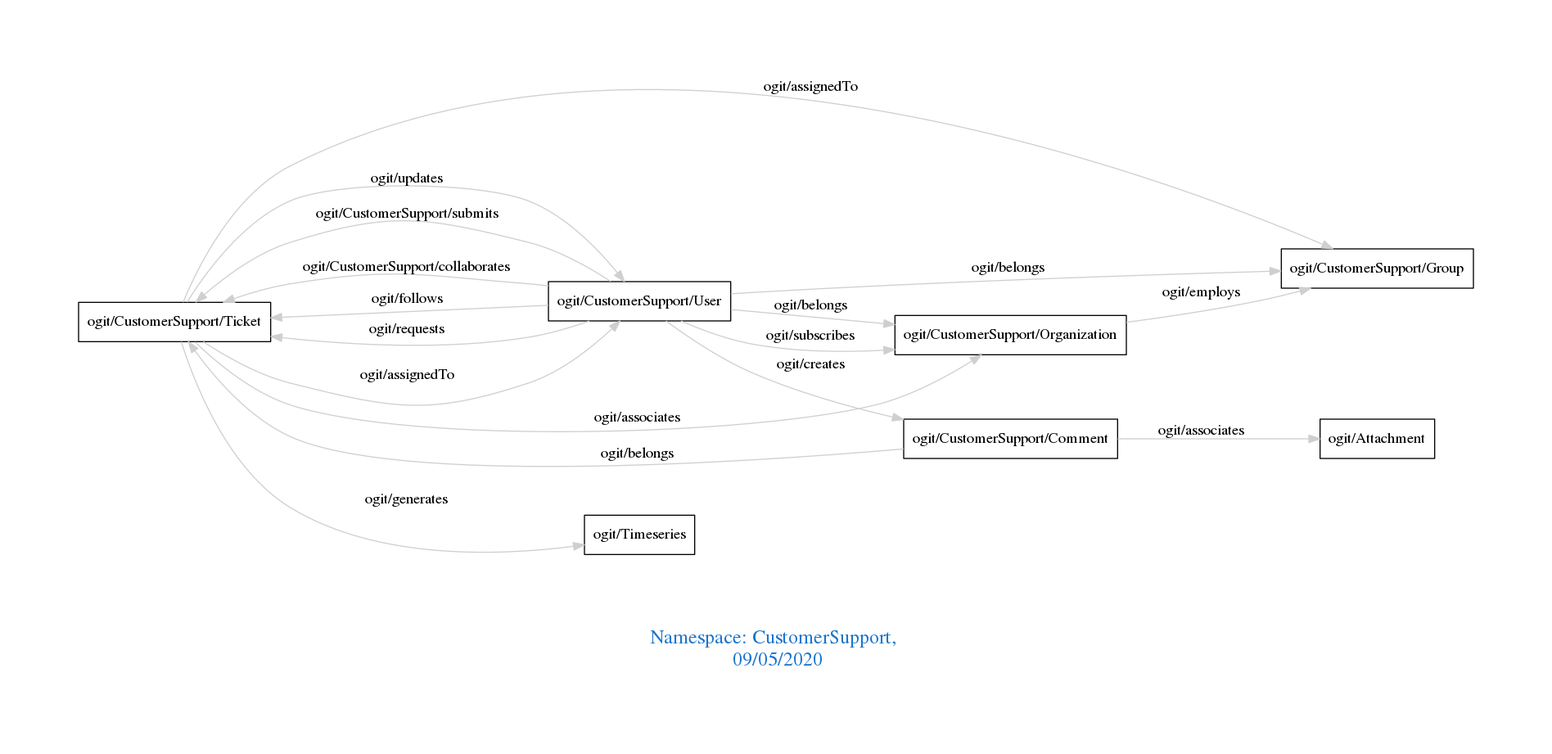
Earlier version of the Graphviz export downloads/CustomerSupport.png (arago/OGIT). Its source is kept beside it as downloads/CustomerSupport.dot.
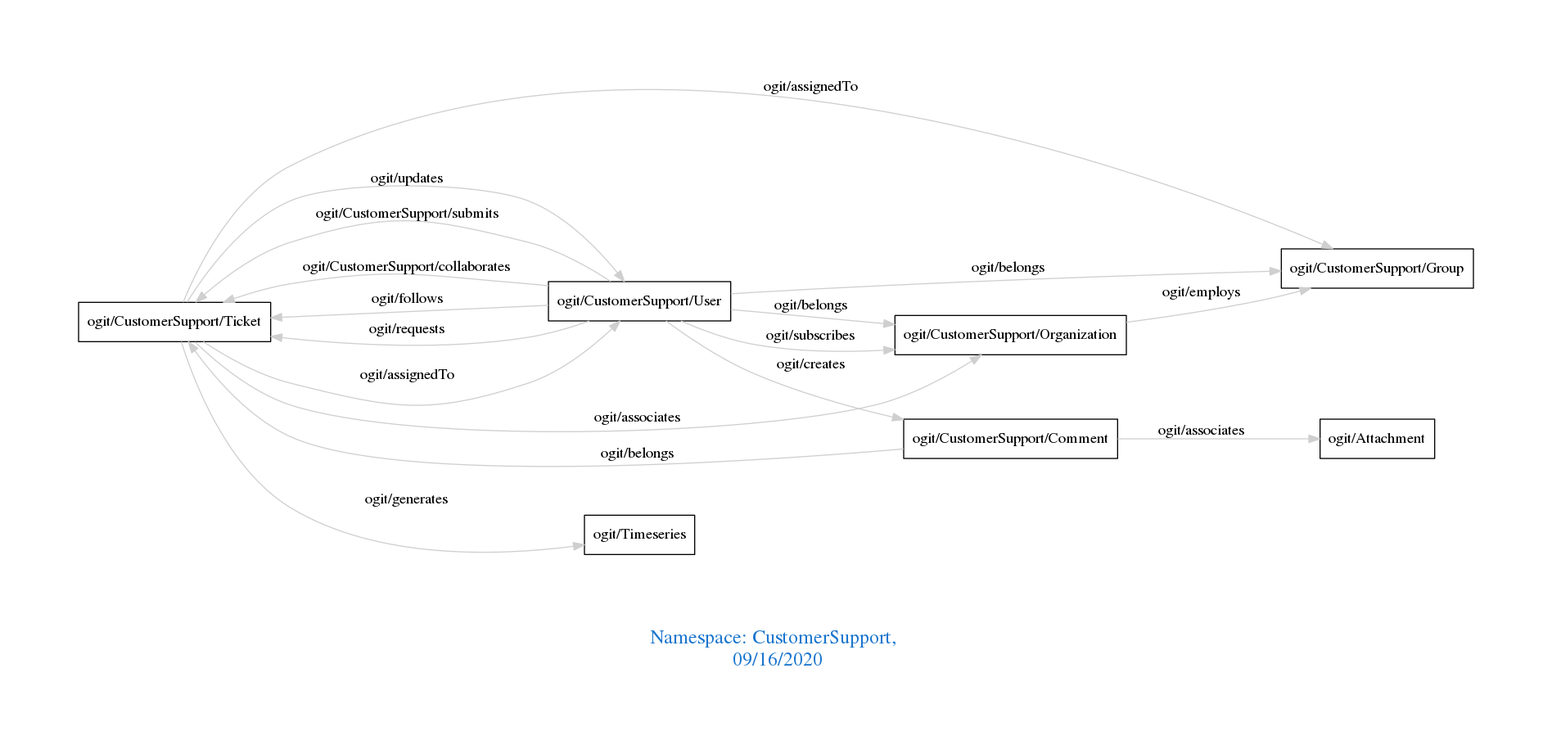
The same diagram one commit later.

Diff of the diagram source:
```diff
@@ -1,7 +1,7 @@
 digraph OGIT_ontology {
  graph [ rankdir= LR,pad=1
 fontsize = 18,
-fontcolor= dodgerblue3,label = "\n\n\nNamespace: CustomerSupport, \n 09/05/2020"];
+fontcolor= dodgerblue3,label = "\n\n\nNamespace: CustomerSupport, \n 09/16/2020"];
 node[shape=polygon];
 edge [  color="gray81"];
 
```
